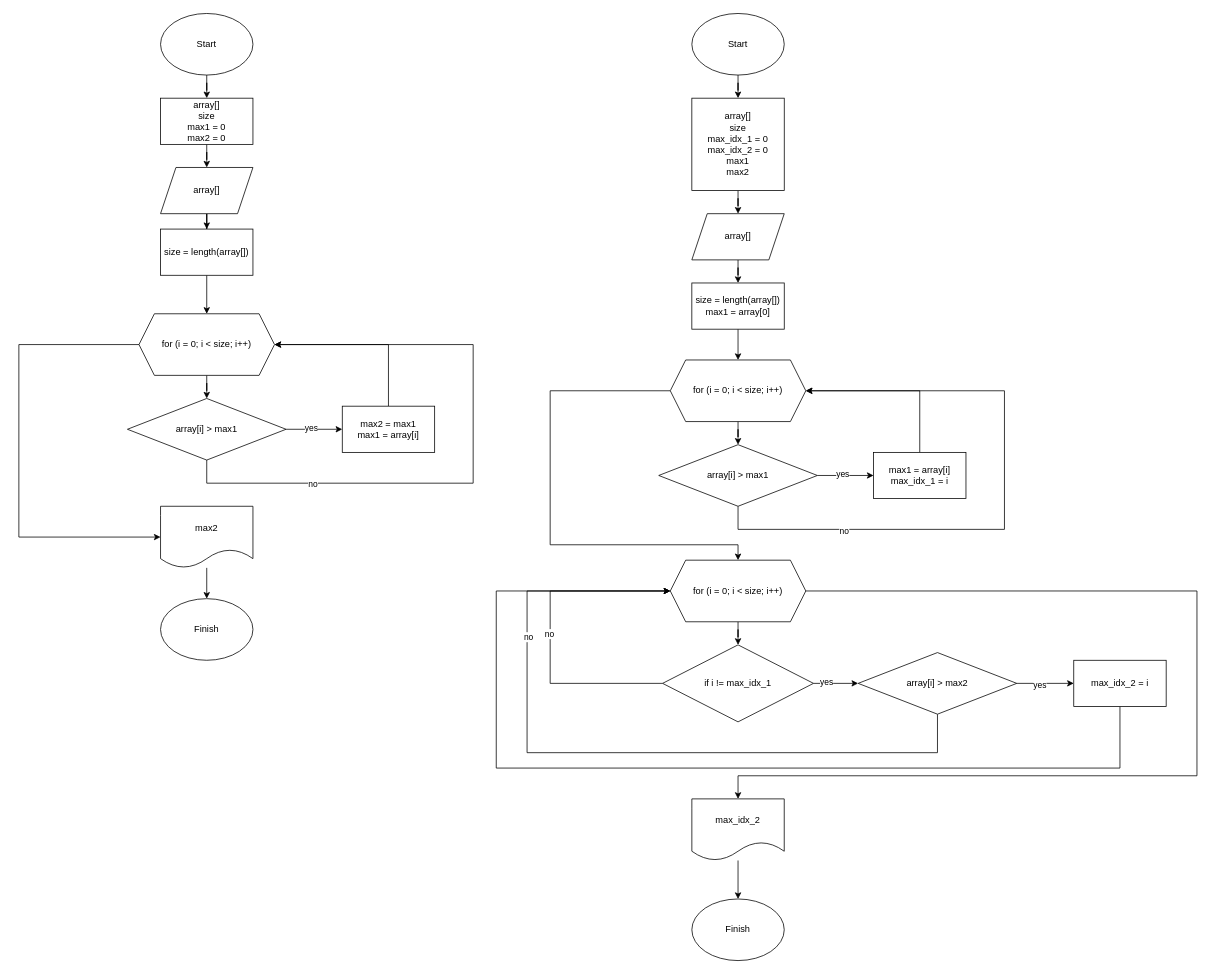
This is Second_max.drawio from m00700728/Learning2, a draw.io file, before an edit. Source tidied: cells renumbered, new cells numbered last; positions are measured from the earlier drawing's top-left corner, leaving out a move shared by most shapes. Both pictures are drawn from the tidied source at 77%, with x=0, y=0 at pixel (18, 13).
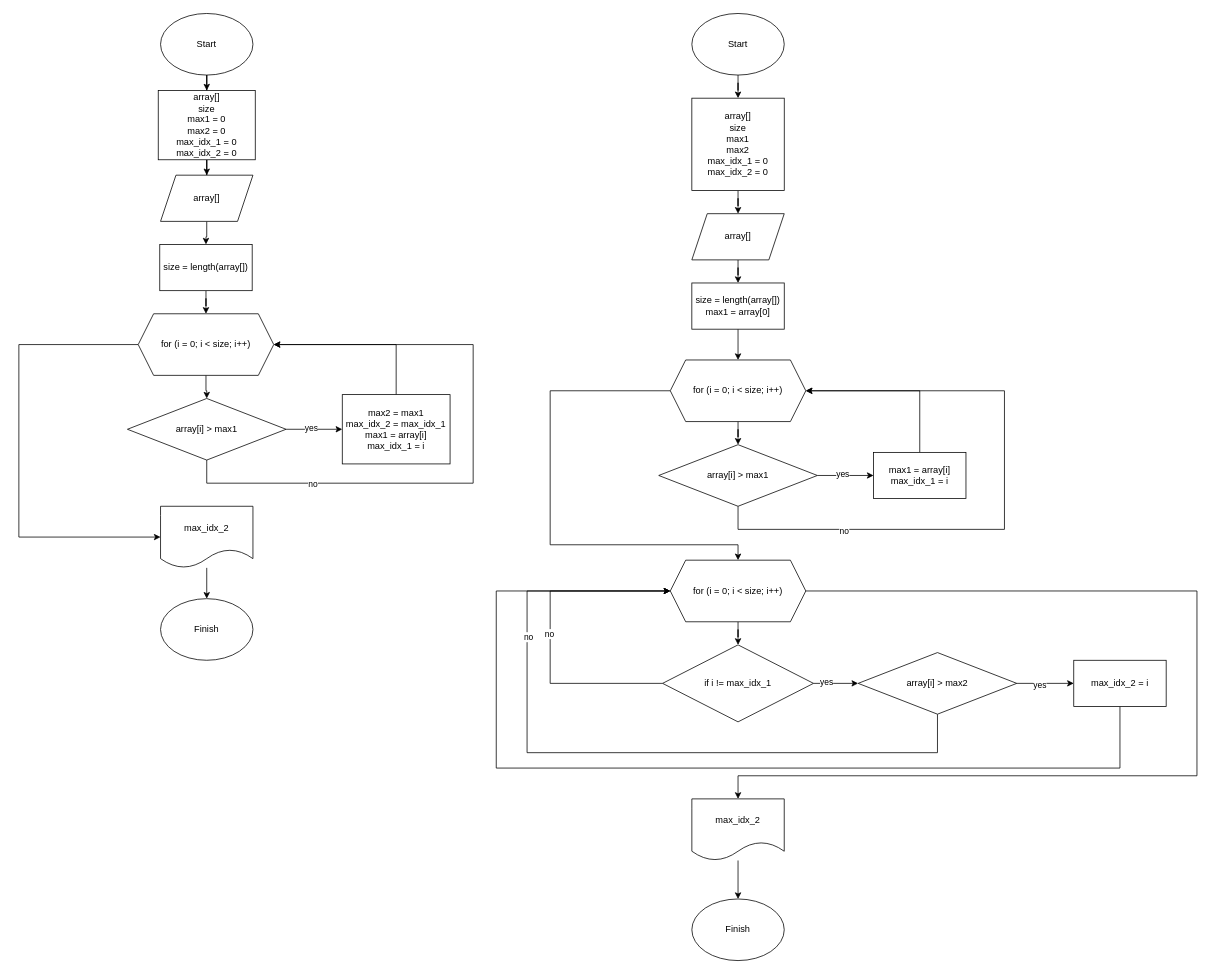
The same diagram, later.

Diff of the diagram source:
```diff
@@
-    <mxCell id="5" style="edgeStyle=orthogonalEdgeStyle;rounded=0;jettySize=auto;html=1;" parent="1" edge="1" source="6" target="8">
+    <mxCell id="5" style="edgeStyle=orthogonalEdgeStyle;rounded=0;jettySize=auto;html=1;entryX=0.5;entryY=0;entryDx=0;entryDy=0;" parent="1" edge="1" source="6" target="8">
       <mxGeometry relative="1" as="geometry" />
     </mxCell>
-    <mxCell id="6" value="array[]&lt;br&gt;size&lt;br&gt;max1 = 0&lt;br&gt;max2 = 0" style="rounded=0;whiteSpace=wrap;html=1;" parent="1" vertex="1">
-      <mxGeometry x="184" y="110" width="120" height="60" as="geometry" />
+    <mxCell id="6" value="array[]&lt;br&gt;size&lt;br&gt;max1 = 0&lt;br&gt;max2 = 0&lt;br&gt;max_idx_1 = 0&lt;br style=&quot;border-color: var(--border-color);&quot;&gt;max_idx_2 = 0" style="rounded=0;whiteSpace=wrap;html=1;" parent="1" vertex="1">
+      <mxGeometry x="181" y="100" width="126" height="90" as="geometry" />
     </mxCell>
@@
     <mxCell id="8" value="array[]" style="shape=parallelogram;perimeter=parallelogramPerimeter;whiteSpace=wrap;html=1;fixedSize=1;" parent="1" vertex="1">
-      <mxGeometry x="184" y="200" width="120" height="60" as="geometry" />
+      <mxGeometry x="184" y="210" width="120" height="60" as="geometry" />
     </mxCell>
@@
     <mxCell id="11" value="for (i = 0; i &amp;lt; size; i++)" style="shape=hexagon;perimeter=hexagonPerimeter2;whiteSpace=wrap;html=1;fixedSize=1;" parent="1" vertex="1">
-      <mxGeometry x="156" y="390" width="176" height="80" as="geometry" />
+      <mxGeometry x="155" y="390" width="176" height="80" as="geometry" />
     </mxCell>
@@
-    <mxCell id="18" value="max2 = max1&lt;br&gt;max1 = array[i]" style="rounded=0;whiteSpace=wrap;html=1;" parent="1" vertex="1">
-      <mxGeometry x="420" y="510" width="120" height="60" as="geometry" />
+    <mxCell id="18" value="max2 = max1&lt;br&gt;max_idx_2 = max_idx_1&lt;br&gt;max1 = array[i]&lt;br&gt;max_idx_1 = i" style="rounded=0;whiteSpace=wrap;html=1;" parent="1" vertex="1">
+      <mxGeometry x="420" y="495" width="140" height="90" as="geometry" />
     </mxCell>
@@
-    <mxCell id="20" value="max2" style="shape=document;whiteSpace=wrap;html=1;boundedLbl=1;" parent="1" vertex="1">
+    <mxCell id="20" value="max_idx_2" style="shape=document;whiteSpace=wrap;html=1;boundedLbl=1;" parent="1" vertex="1">
       <mxGeometry x="184" y="640" width="120" height="80" as="geometry" />
     </mxCell>
@@
     <mxCell id="22" value="size = length(array[])" style="rounded=0;whiteSpace=wrap;html=1;" parent="1" vertex="1">
-      <mxGeometry x="184" y="280" width="120" height="60" as="geometry" />
+      <mxGeometry x="183" y="300" width="120" height="60" as="geometry" />
     </mxCell>
@@
-    <mxCell id="28" value="array[]&lt;br&gt;size&lt;br&gt;max_idx_1 = 0&lt;br&gt;max_idx_2 = 0&lt;br&gt;max1&lt;br&gt;max2" style="rounded=0;whiteSpace=wrap;html=1;" parent="1" vertex="1">
+    <mxCell id="28" value="array[]&lt;br&gt;size&lt;br&gt;max1&lt;br&gt;max2&lt;br&gt;max_idx_1 = 0&lt;br style=&quot;border-color: var(--border-color);&quot;&gt;max_idx_2 = 0" style="rounded=0;whiteSpace=wrap;html=1;" parent="1" vertex="1">
       <mxGeometry x="874" y="110" width="120" height="120" as="geometry" />
     </mxCell>
```
